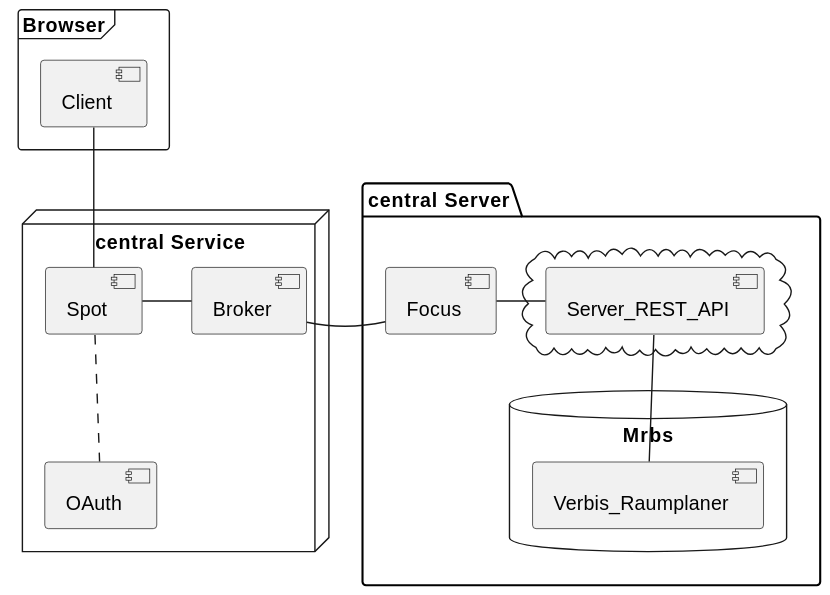
Above: out/Projekte/Verbis/centralDashboardV1/centralDashboardV1.svg in Martin1088/Plantuml-With-Screenreader (PlantUML), before the change. Source of this version:
```plantuml
@startuml

frame "Browser" {
    [Client]
}

node "central Service" {
    [OAuth]
    [Spot]
    [Broker]
}

package "central Server" {
    [Focus]
    cloud {
        [Server_REST_API]
    }
    database "Mrbs" {
        [Verbis_Raumplaner]
    }
}
[Client] -- [Spot]
[Spot] .. [OAuth]
[Spot] - [Broker]
[Broker] - [Focus]
[Focus] - [Server_REST_API]
[Server_REST_API] -- [Verbis_Raumplaner]
@enduml
```
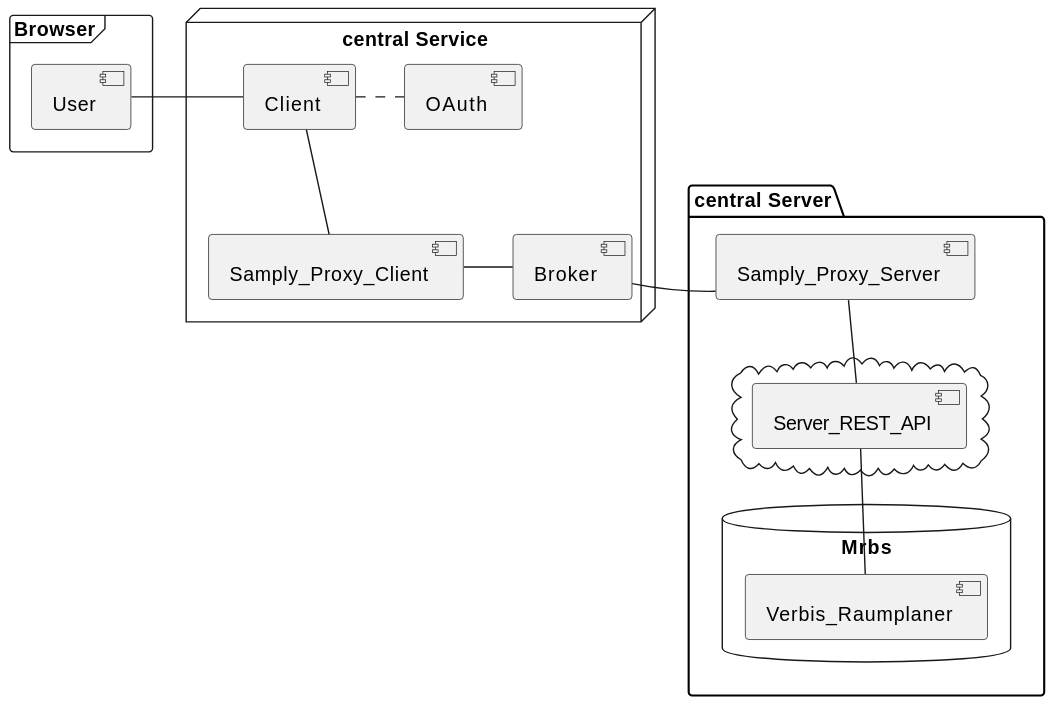
The same file after the commit.

What changed in the source:
```diff
@@ -1,17 +1,17 @@
 @startuml
-
 frame "Browser" {
-    [Client]
+    [User]
 }
 
 node "central Service" {
+    [Client]
     [OAuth]
-    [Spot]
+    [Samply_Proxy_Client]
     [Broker]
 }
 
 package "central Server" {
-    [Focus]
+    [Samply_Proxy_Server]
     cloud {
         [Server_REST_API]
     }
@@ -19,10 +19,11 @@
         [Verbis_Raumplaner]
     }
 }
-[Client] -- [Spot]
-[Spot] .. [OAuth]
-[Spot] - [Broker]
-[Broker] - [Focus]
-[Focus] - [Server_REST_API]
+[User] - [Client]
+[Client] -- [Samply_Proxy_Client]
+[Client] . [OAuth]
+[Samply_Proxy_Client] - [Broker]
+[Broker] - [Samply_Proxy_Server]
+[Samply_Proxy_Server] -- [Server_REST_API]
 [Server_REST_API] -- [Verbis_Raumplaner]
 @enduml
```
